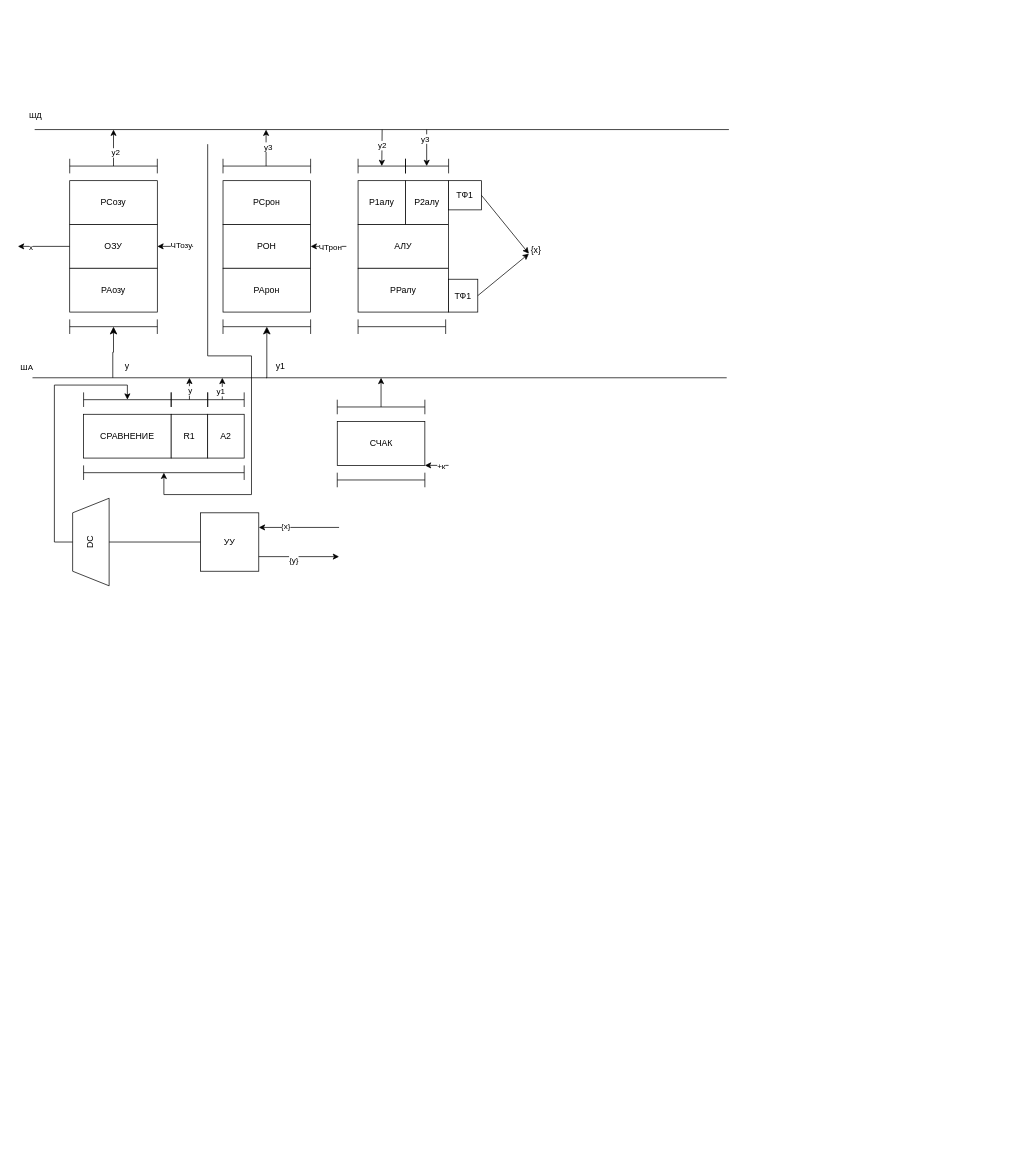
Above: Schematics/Untitled Diagram.drawio in Idontlikeni/fourth_semestr (draw.io), before the change. Source tidied: cells renumbered, new cells numbered last; positions are measured from the earlier drawing's top-left corner, leaving out a move shared by most shapes. Both pictures are drawn from the tidied source at 73%, with x=0, y=0 at pixel (18, 129).
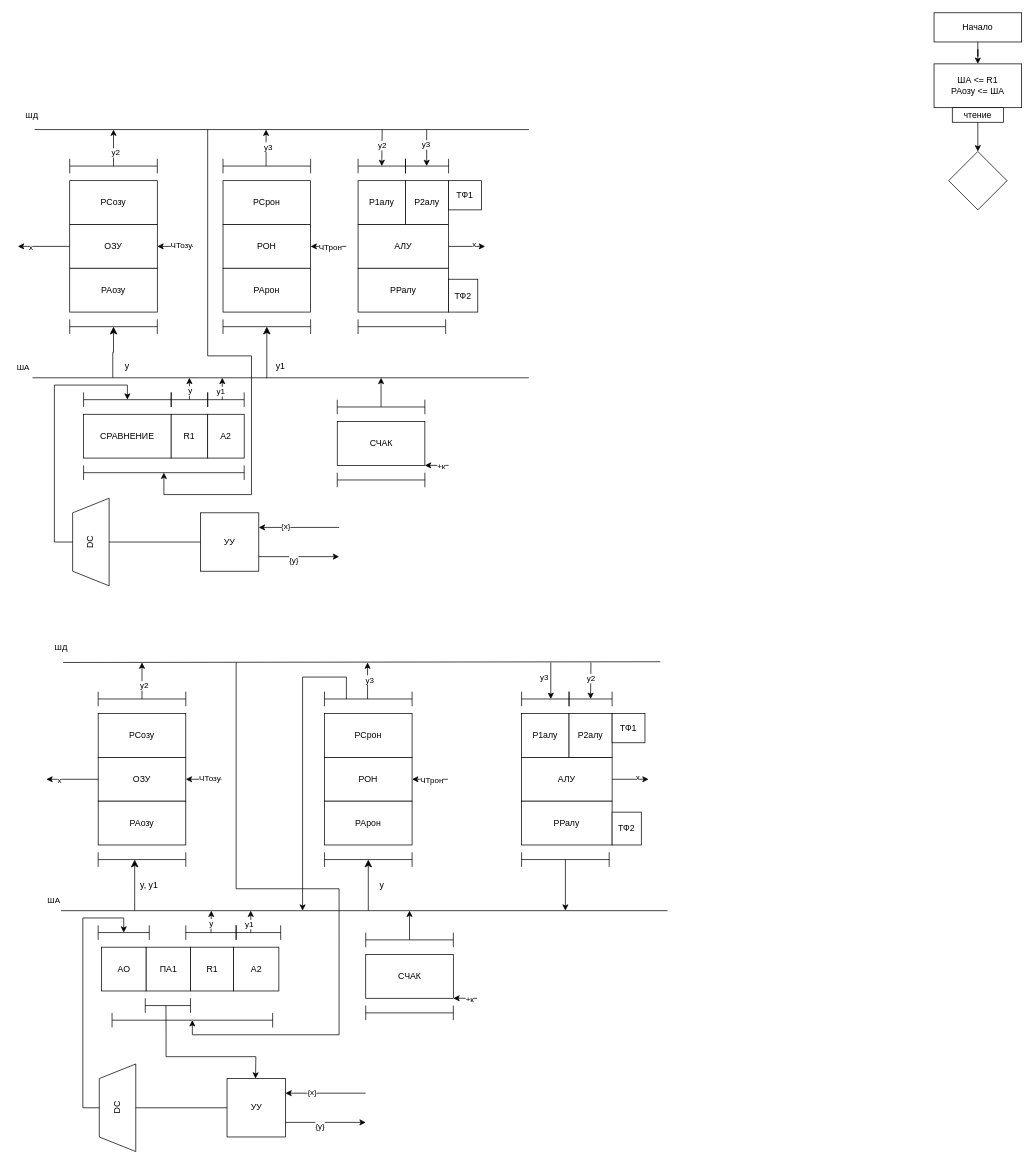
The same page after the edit.

The change refers to these unchanged cells:
```xml
<mxCell id="22" value="ТФ1" style="rounded=0;whiteSpace=wrap;html=1;" parent="1" vertex="1">
  <mxGeometry x="590" y="70" width="45" height="40" as="geometry" />
</mxCell>
<mxCell id="28" style="shape=crossbar;whiteSpace=wrap;html=1;rounded=1;" parent="1" vertex="1">
  <mxGeometry x="90" y="460" width="220" height="20" as="geometry" />
</mxCell>
<mxCell id="65" style="endArrow=classic;html=1;rounded=0;" parent="1" edge="1">
  <mxGeometry relative="1" as="geometry">
    <mxPoint x="560" as="sourcePoint" />
    <mxPoint x="560" y="50" as="targetPoint" />
  </mxGeometry>
</mxCell>
```

Change to the diagram source:
```diff
@@
     <mxCell id="16" style="endArrow=none;html=1;rounded=0;" parent="1" edge="1">
       <mxGeometry relative="1" as="geometry">
         <mxPoint x="20" y="340" as="sourcePoint" />
-        <mxPoint x="971" y="340" as="targetPoint" />
+        <mxPoint x="700" y="340" as="targetPoint" />
       </mxGeometry>
     </mxCell>
@@
     <mxCell id="18" style="endArrow=none;html=1;rounded=0;" parent="1" edge="1">
       <mxGeometry relative="1" as="geometry">
         <mxPoint x="23" as="sourcePoint" />
-        <mxPoint x="974" as="targetPoint" />
+        <mxPoint x="700" as="targetPoint" />
       </mxGeometry>
     </mxCell>
@@
-    <mxCell id="23" value="ТФ1" style="rounded=0;whiteSpace=wrap;html=1;direction=south;" parent="1" vertex="1">
+    <mxCell id="23" value="ТФ2" style="rounded=0;whiteSpace=wrap;html=1;direction=south;" parent="1" vertex="1">
       <mxGeometry x="590" y="205" width="40" height="45" as="geometry" />
     </mxCell>
@@
     <mxCell id="54" style="endArrow=classic;html=1;rounded=0;entryX=0.5;entryY=0.5;entryDx=0;entryDy=0;entryPerimeter=0;" parent="1" edge="1" target="28">
       <mxGeometry relative="1" as="geometry">
-        <mxPoint x="260" y="20" as="sourcePoint" />
+        <mxPoint x="260" as="sourcePoint" />
         <Array as="points">
           <mxPoint x="260" y="310" />
           <mxPoint x="320" y="310" />
           <mxPoint x="320" y="500" />
           <mxPoint x="200" y="500" />
         </Array>
       </mxGeometry>
     </mxCell>
@@
     <mxCell id="66" value="y3" style="edgeLabel;html=1;align=center;verticalAlign=middle;" parent="65" vertex="1">
       <mxGeometry x="-0.55" y="-3" relative="1" as="geometry">
-        <mxPoint y="1" as="offset" />
+        <mxPoint x="1" y="9" as="offset" />
       </mxGeometry>
     </mxCell>
@@
-    <mxCell id="69" style="endArrow=classic;html=1;rounded=0;exitX=1;exitY=0.5;exitDx=0;exitDy=0;" parent="1" edge="1" source="22">
-      <mxGeometry relative="1" as="geometry">
-        <mxPoint x="700" y="170" as="targetPoint" />
-      </mxGeometry>
-    </mxCell>
-    <mxCell id="70" style="endArrow=classic;html=1;rounded=0;exitX=0.5;exitY=0;exitDx=0;exitDy=0;" parent="1" edge="1" source="23">
-      <mxGeometry relative="1" as="geometry">
-        <mxPoint x="700" y="170" as="targetPoint" />
-      </mxGeometry>
-    </mxCell>
+    <mxCell id="72" value="ША &amp;lt;= R1&lt;div&gt;РАозу &amp;lt;= ША&lt;/div&gt;" style="rounded=0;whiteSpace=wrap;html=1;" parent="1" vertex="1">
+      <mxGeometry x="1255" y="-90" width="120" height="60" as="geometry" />
+    </mxCell>
+    <mxCell id="73" style="edgeStyle=orthogonalEdgeStyle;rounded=0;jettySize=auto;html=1;entryX=0.5;entryY=0;entryDx=0;entryDy=0;" parent="1" edge="1" source="74" target="79">
+      <mxGeometry relative="1" as="geometry" />
+    </mxCell>
+    <mxCell id="74" value="чтение" style="rounded=0;whiteSpace=wrap;html=1;" parent="1" vertex="1">
+      <mxGeometry x="1280" y="-30" width="70" height="20" as="geometry" />
+    </mxCell>
+    <mxCell id="75" style="endArrow=classic;html=1;rounded=0;" parent="1" edge="1">
+      <mxGeometry relative="1" as="geometry">
+        <mxPoint x="590" y="160" as="sourcePoint" />
+        <mxPoint x="640" y="160" as="targetPoint" />
+      </mxGeometry>
+    </mxCell>
+    <mxCell id="76" value="x" style="edgeLabel;html=1;align=center;verticalAlign=middle;" parent="75" vertex="1">
+      <mxGeometry x="0.34" y="3" relative="1" as="geometry" />
+    </mxCell>
+    <mxCell id="77" style="edgeStyle=orthogonalEdgeStyle;rounded=0;jettySize=auto;html=1;entryX=0.5;entryY=0;entryDx=0;entryDy=0;" parent="1" edge="1" source="78" target="72">
+      <mxGeometry relative="1" as="geometry" />
+    </mxCell>
+    <mxCell id="78" value="Начало" style="rounded=0;whiteSpace=wrap;html=1;" parent="1" vertex="1">
+      <mxGeometry x="1255" y="-160" width="120" height="40" as="geometry" />
+    </mxCell>
+    <mxCell id="79" style="rhombus;whiteSpace=wrap;html=1;" parent="1" vertex="1">
+      <mxGeometry x="1275" y="30" width="80" height="80" as="geometry" />
+    </mxCell>
+    <mxCell id="80" value="ПА1" style="rounded=0;whiteSpace=wrap;html=1;" parent="1" vertex="1">
+      <mxGeometry x="175.5" y="1120" width="61" height="60" as="geometry" />
+    </mxCell>
+    <mxCell id="81" value="R1" style="rounded=0;whiteSpace=wrap;html=1;" parent="1" vertex="1">
+      <mxGeometry x="236.5" y="1120" width="59" height="60" as="geometry" />
+    </mxCell>
+    <mxCell id="82" value="А2" style="rounded=0;whiteSpace=wrap;html=1;" parent="1" vertex="1">
+      <mxGeometry x="295.5" y="1120" width="62" height="60" as="geometry" />
+    </mxCell>
+    <mxCell id="83" value="DC" style="shape=trapezoid;perimeter=trapezoidPerimeter;whiteSpace=wrap;html=1;fixedSize=1;rotation=-90;" parent="1" vertex="1">
+      <mxGeometry x="76.5" y="1315" width="120" height="50" as="geometry" />
+    </mxCell>
+    <mxCell id="84" value="УУ" style="whiteSpace=wrap;html=1;" parent="1" vertex="1">
+      <mxGeometry x="286.5" y="1300" width="80" height="80" as="geometry" />
+    </mxCell>
+    <mxCell id="85" value="РСозу" style="rounded=0;whiteSpace=wrap;html=1;" parent="1" vertex="1">
+      <mxGeometry x="110" y="800" width="120" height="60" as="geometry" />
+    </mxCell>
+    <mxCell id="86" value="ОЗУ" style="rounded=0;whiteSpace=wrap;html=1;" parent="1" vertex="1">
+      <mxGeometry x="110" y="860" width="120" height="60" as="geometry" />
+    </mxCell>
+    <mxCell id="87" value="РАозу" style="rounded=0;whiteSpace=wrap;html=1;" parent="1" vertex="1">
+      <mxGeometry x="110" y="920" width="120" height="60" as="geometry" />
+    </mxCell>
+    <mxCell id="88" value="РСрон" style="rounded=0;whiteSpace=wrap;html=1;" parent="1" vertex="1">
+      <mxGeometry x="420" y="800" width="120" height="60" as="geometry" />
+    </mxCell>
+    <mxCell id="89" value="РОН" style="rounded=0;whiteSpace=wrap;html=1;" parent="1" vertex="1">
+      <mxGeometry x="420" y="860" width="120" height="60" as="geometry" />
+    </mxCell>
+    <mxCell id="90" value="РАрон" style="rounded=0;whiteSpace=wrap;html=1;" parent="1" vertex="1">
+      <mxGeometry x="420" y="920" width="120" height="60" as="geometry" />
+    </mxCell>
+    <mxCell id="91" value="Р1алу" style="rounded=0;whiteSpace=wrap;html=1;" parent="1" vertex="1">
+      <mxGeometry x="690" y="800" width="65" height="60" as="geometry" />
+    </mxCell>
+    <mxCell id="92" value="АЛУ" style="rounded=0;whiteSpace=wrap;html=1;" parent="1" vertex="1">
+      <mxGeometry x="690" y="860" width="124" height="60" as="geometry" />
+    </mxCell>
+    <mxCell id="93" value="РРалу" style="rounded=0;whiteSpace=wrap;html=1;" parent="1" vertex="1">
+      <mxGeometry x="690" y="920" width="124" height="60" as="geometry" />
+    </mxCell>
+    <mxCell id="94" style="endArrow=none;html=1;rounded=0;" parent="1" edge="1">
+      <mxGeometry relative="1" as="geometry">
+        <mxPoint x="59" y="1070" as="sourcePoint" />
+        <mxPoint x="890" y="1070" as="targetPoint" />
+      </mxGeometry>
+    </mxCell>
+    <mxCell id="95" value="ША" style="edgeLabel;html=1;align=center;verticalAlign=middle;" parent="94" vertex="1">
+      <mxGeometry x="-0.96" relative="1" as="geometry">
+        <mxPoint x="-28" y="-15" as="offset" />
+      </mxGeometry>
+    </mxCell>
+    <mxCell id="96" style="endArrow=none;html=1;rounded=0;" parent="1" edge="1">
+      <mxGeometry relative="1" as="geometry">
+        <mxPoint x="62" y="730" as="sourcePoint" />
+        <mxPoint x="880" y="729" as="targetPoint" />
+      </mxGeometry>
+    </mxCell>
+    <mxCell id="97" value="ШД" style="edgeLabel;html=1;align=center;verticalAlign=middle;" parent="96" vertex="1">
+      <mxGeometry x="-0.96" y="3" relative="1" as="geometry">
+        <mxPoint x="-19" y="-17" as="offset" />
+      </mxGeometry>
+    </mxCell>
+    <mxCell id="98" value="Р2алу" style="rounded=0;whiteSpace=wrap;html=1;" parent="1" vertex="1">
+      <mxGeometry x="755" y="800" width="59" height="60" as="geometry" />
+    </mxCell>
+    <mxCell id="99" value="СЧАК" style="rounded=0;whiteSpace=wrap;html=1;" parent="1" vertex="1">
+      <mxGeometry x="476.5" y="1130" width="120" height="60" as="geometry" />
+    </mxCell>
+    <mxCell id="100" value="ТФ1" style="rounded=0;whiteSpace=wrap;html=1;" parent="1" vertex="1">
+      <mxGeometry x="814" y="800" width="45" height="40" as="geometry" />
+    </mxCell>
+    <mxCell id="101" value="ТФ2" style="rounded=0;whiteSpace=wrap;html=1;direction=south;" parent="1" vertex="1">
+      <mxGeometry x="814" y="935" width="40" height="45" as="geometry" />
+    </mxCell>
+    <mxCell id="102" style="shape=crossbar;whiteSpace=wrap;html=1;rounded=1;" parent="1" vertex="1">
+      <mxGeometry x="110" y="990" width="120" height="20" as="geometry" />
+    </mxCell>
+    <mxCell id="103" style="shape=crossbar;whiteSpace=wrap;html=1;rounded=1;" parent="1" vertex="1">
+      <mxGeometry x="420" y="990" width="120" height="20" as="geometry" />
+    </mxCell>
+    <mxCell id="104" style="shape=crossbar;whiteSpace=wrap;html=1;rounded=1;" parent="1" vertex="1">
+      <mxGeometry x="690" y="990" width="120" height="20" as="geometry" />
+    </mxCell>
+    <mxCell id="105" style="shape=crossbar;whiteSpace=wrap;html=1;rounded=1;" parent="1" vertex="1">
+      <mxGeometry x="476.5" y="1200" width="120" height="20" as="geometry" />
+    </mxCell>
+    <mxCell id="106" style="shape=crossbar;whiteSpace=wrap;html=1;rounded=1;" parent="1" vertex="1">
+      <mxGeometry x="129" y="1210" width="220" height="20" as="geometry" />
+    </mxCell>
+    <mxCell id="107" style="edgeStyle=elbowEdgeStyle;elbow=vertical;endArrow=classic;html=1;curved=0;rounded=0;endSize=8;startSize=8;" parent="1" edge="1">
+      <mxGeometry relative="1" as="geometry">
+        <mxPoint x="160" y="1070" as="sourcePoint" />
+        <mxPoint x="160" y="1000" as="targetPoint" />
+        <Array as="points">
+          <mxPoint x="150" y="1035" />
+        </Array>
+      </mxGeometry>
+    </mxCell>
+    <mxCell id="108" style="edgeStyle=elbowEdgeStyle;elbow=horizontal;endArrow=classic;html=1;curved=0;rounded=0;endSize=8;startSize=8;entryX=0.5;entryY=0.5;entryDx=0;entryDy=0;entryPerimeter=0;" parent="1" edge="1" target="103">
+      <mxGeometry relative="1" as="geometry">
+        <mxPoint x="480" y="1070" as="sourcePoint" />
+      </mxGeometry>
+    </mxCell>
+    <mxCell id="109" style="shape=crossbar;whiteSpace=wrap;html=1;rounded=1;" parent="1" vertex="1">
+      <mxGeometry x="110" y="1090" width="70" height="20" as="geometry" />
+    </mxCell>
+    <mxCell id="110" style="shape=crossbar;whiteSpace=wrap;html=1;rounded=1;" parent="1" vertex="1">
+      <mxGeometry x="230" y="1090" width="69" height="20" as="geometry" />
+    </mxCell>
+    <mxCell id="111" style="shape=crossbar;whiteSpace=wrap;html=1;rounded=1;" parent="1" vertex="1">
+      <mxGeometry x="299" y="1090" width="61" height="20" as="geometry" />
+    </mxCell>
+    <mxCell id="112" style="edgeStyle=orthogonalEdgeStyle;rounded=0;jettySize=auto;html=1;exitX=0.5;exitY=0.5;exitDx=0;exitDy=0;exitPerimeter=0;" parent="1" edge="1" source="113">
+      <mxGeometry relative="1" as="geometry">
+        <mxPoint x="536.5" y="1070" as="targetPoint" />
+      </mxGeometry>
+    </mxCell>
+    <mxCell id="113" style="shape=crossbar;whiteSpace=wrap;html=1;rounded=1;" parent="1" vertex="1">
+      <mxGeometry x="476.5" y="1100" width="120" height="20" as="geometry" />
+    </mxCell>
+    <mxCell id="114" style="shape=crossbar;whiteSpace=wrap;html=1;rounded=1;" parent="1" vertex="1">
+      <mxGeometry x="110" y="770" width="120" height="20" as="geometry" />
+    </mxCell>
+    <mxCell id="115" style="shape=crossbar;whiteSpace=wrap;html=1;rounded=1;" parent="1" vertex="1">
+      <mxGeometry x="420" y="770" width="120" height="20" as="geometry" />
+    </mxCell>
+    <mxCell id="116" style="shape=crossbar;whiteSpace=wrap;html=1;rounded=1;" parent="1" vertex="1">
+      <mxGeometry x="690" y="770" width="65" height="20" as="geometry" />
+    </mxCell>
+    <mxCell id="117" style="shape=crossbar;whiteSpace=wrap;html=1;rounded=1;" parent="1" vertex="1">
+      <mxGeometry x="755" y="770" width="59" height="20" as="geometry" />
+    </mxCell>
+    <mxCell id="118" style="edgeStyle=orthogonalEdgeStyle;rounded=0;jettySize=auto;html=1;entryX=0.5;entryY=0.5;entryDx=0;entryDy=0;entryPerimeter=0;exitX=0.5;exitY=0;exitDx=0;exitDy=0;" parent="1" edge="1" source="83" target="109">
+      <mxGeometry relative="1" as="geometry">
+        <Array as="points">
+          <mxPoint x="89" y="1340" />
+          <mxPoint x="89" y="1080" />
+          <mxPoint x="145" y="1080" />
+        </Array>
+      </mxGeometry>
+    </mxCell>
+    <mxCell id="119" style="endArrow=classic;html=1;rounded=0;entryX=1;entryY=1;entryDx=0;entryDy=0;" parent="1" edge="1" target="99">
+      <mxGeometry relative="1" as="geometry">
+        <mxPoint x="629" y="1190" as="sourcePoint" />
+      </mxGeometry>
+    </mxCell>
+    <mxCell id="120" value="+к" style="edgeLabel;html=1;align=center;verticalAlign=middle;" parent="119" vertex="1">
+      <mxGeometry x="-0.24" relative="1" as="geometry">
+        <mxPoint x="1" as="offset" />
+      </mxGeometry>
+    </mxCell>
+    <mxCell id="121" style="endArrow=classic;html=1;rounded=0;" parent="1" edge="1">
+      <mxGeometry relative="1" as="geometry">
+        <mxPoint x="319" y="1100" as="sourcePoint" />
+        <mxPoint x="319" y="1070" as="targetPoint" />
+      </mxGeometry>
+    </mxCell>
+    <mxCell id="122" value="y1" style="edgeLabel;html=1;align=center;verticalAlign=middle;" parent="121" vertex="1">
+      <mxGeometry x="-0.18" y="3" relative="1" as="geometry" />
+    </mxCell>
+    <mxCell id="123" style="endArrow=classic;html=1;rounded=0;exitX=0.5;exitY=0.5;exitDx=0;exitDy=0;exitPerimeter=0;" parent="1" edge="1" source="110">
+      <mxGeometry relative="1" as="geometry">
+        <mxPoint x="265" y="1070" as="targetPoint" />
+      </mxGeometry>
+    </mxCell>
+    <mxCell id="124" value="y" style="edgeLabel;html=1;align=center;verticalAlign=middle;" parent="123" vertex="1">
+      <mxGeometry x="-0.11" relative="1" as="geometry" />
+    </mxCell>
+    <mxCell id="125" style="endArrow=classic;html=1;rounded=0;entryX=1;entryY=0.25;entryDx=0;entryDy=0;" parent="1" edge="1" target="84">
+      <mxGeometry relative="1" as="geometry">
+        <mxPoint x="476.5" y="1320" as="sourcePoint" />
+      </mxGeometry>
+    </mxCell>
-    <mxCell id="71" value="{x}" style="text;html=1;align=center;verticalAlign=middle;whiteSpace=wrap;rounded=0;" parent="1" vertex="1">
-      <mxGeometry x="680" y="150" width="60" height="30" as="geometry" />
+    <mxCell id="71" value="{x}" style="edgeLabel;html=1;align=center;verticalAlign=middle;" parent="125" vertex="1">
+      <mxGeometry x="0.34" y="-2" relative="1" as="geometry" />
     </mxCell>
+    <mxCell id="126" style="endArrow=classic;html=1;rounded=0;exitX=1;exitY=0.75;exitDx=0;exitDy=0;" parent="1" edge="1" source="84">
+      <mxGeometry relative="1" as="geometry">
+        <mxPoint x="476.5" y="1360" as="targetPoint" />
+      </mxGeometry>
+    </mxCell>
+    <mxCell id="127" value="{y}" style="edgeLabel;html=1;align=center;verticalAlign=middle;" parent="126" vertex="1">
+      <mxGeometry x="-0.14" y="-4" relative="1" as="geometry" />
+    </mxCell>
+    <mxCell id="128" style="endArrow=none;html=1;rounded=0;exitX=0.5;exitY=1;exitDx=0;exitDy=0;entryX=0;entryY=0.5;entryDx=0;entryDy=0;" parent="1" edge="1" source="83" target="84">
+      <mxGeometry relative="1" as="geometry" />
+    </mxCell>
+    <mxCell id="129" value="y" style="text;html=1;align=center;verticalAlign=middle;whiteSpace=wrap;rounded=0;" parent="1" vertex="1">
+      <mxGeometry x="468.5" y="1020" width="60" height="30" as="geometry" />
+    </mxCell>
+    <mxCell id="130" value="y, y1" style="text;html=1;align=center;verticalAlign=middle;whiteSpace=wrap;rounded=0;" parent="1" vertex="1">
+      <mxGeometry x="150" y="1020" width="60" height="30" as="geometry" />
+    </mxCell>
+    <mxCell id="131" style="endArrow=classic;html=1;rounded=0;entryX=0.5;entryY=0.5;entryDx=0;entryDy=0;entryPerimeter=0;" parent="1" edge="1" target="106">
+      <mxGeometry relative="1" as="geometry">
+        <mxPoint x="299" y="730" as="sourcePoint" />
+        <Array as="points">
+          <mxPoint x="299" y="1040" />
+          <mxPoint x="440" y="1040" />
+          <mxPoint x="440" y="1110" />
+          <mxPoint x="440" y="1240" />
+          <mxPoint x="340" y="1240" />
+          <mxPoint x="239" y="1240" />
+        </Array>
+      </mxGeometry>
+    </mxCell>
+    <mxCell id="132" style="endArrow=classic;html=1;rounded=0;entryX=1;entryY=0.5;entryDx=0;entryDy=0;" parent="1" edge="1" target="86">
+      <mxGeometry relative="1" as="geometry">
+        <mxPoint x="279" y="890" as="sourcePoint" />
+      </mxGeometry>
+    </mxCell>
+    <mxCell id="133" value="ЧТозу" style="edgeLabel;html=1;align=center;verticalAlign=middle;" parent="132" vertex="1">
+      <mxGeometry x="-0.29" y="-2" relative="1" as="geometry" />
+    </mxCell>
+    <mxCell id="134" style="endArrow=classic;html=1;rounded=0;entryX=1;entryY=0.5;entryDx=0;entryDy=0;" parent="1" edge="1">
+      <mxGeometry relative="1" as="geometry">
+        <mxPoint x="589" y="890" as="sourcePoint" />
+        <mxPoint x="540" y="890" as="targetPoint" />
+      </mxGeometry>
+    </mxCell>
+    <mxCell id="135" value="ЧТрон" style="edgeLabel;html=1;align=center;verticalAlign=middle;" parent="134" vertex="1">
+      <mxGeometry x="-0.07" y="1" relative="1" as="geometry" />
+    </mxCell>
+    <mxCell id="136" style="endArrow=classic;html=1;rounded=0;exitX=0.5;exitY=0.5;exitDx=0;exitDy=0;exitPerimeter=0;" parent="1" edge="1" source="114">
+      <mxGeometry relative="1" as="geometry">
+        <mxPoint x="170" y="730" as="targetPoint" />
+      </mxGeometry>
+    </mxCell>
+    <mxCell id="137" value="y2" style="edgeLabel;html=1;align=center;verticalAlign=middle;" parent="136" vertex="1">
+      <mxGeometry x="-0.24" y="-2" relative="1" as="geometry" />
+    </mxCell>
+    <mxCell id="138" style="endArrow=classic;html=1;rounded=0;" parent="1" edge="1">
+      <mxGeometry relative="1" as="geometry">
+        <mxPoint x="479" y="780" as="sourcePoint" />
+        <mxPoint x="479" y="730" as="targetPoint" />
+      </mxGeometry>
+    </mxCell>
+    <mxCell id="139" value="y3" style="edgeLabel;html=1;align=center;verticalAlign=middle;" parent="138" vertex="1">
+      <mxGeometry x="0.08" y="-2" relative="1" as="geometry" />
+    </mxCell>
+    <mxCell id="140" style="endArrow=classic;html=1;rounded=0;entryX=0.5;entryY=0.5;entryDx=0;entryDy=0;entryPerimeter=0;" parent="1" edge="1" target="117">
+      <mxGeometry relative="1" as="geometry">
+        <mxPoint x="785" y="730" as="sourcePoint" />
+      </mxGeometry>
+    </mxCell>
+    <mxCell id="141" value="y2" style="edgeLabel;html=1;align=center;verticalAlign=middle;" parent="140" vertex="1">
+      <mxGeometry x="-0.18" relative="1" as="geometry">
+        <mxPoint y="1" as="offset" />
+      </mxGeometry>
+    </mxCell>
+    <mxCell id="142" style="endArrow=classic;html=1;rounded=0;" parent="1" edge="1">
+      <mxGeometry relative="1" as="geometry">
+        <mxPoint x="730" y="730" as="sourcePoint" />
+        <mxPoint x="730" y="780" as="targetPoint" />
+      </mxGeometry>
+    </mxCell>
+    <mxCell id="143" value="y3" style="edgeLabel;html=1;align=center;verticalAlign=middle;" parent="142" vertex="1">
+      <mxGeometry x="-0.55" y="-3" relative="1" as="geometry">
+        <mxPoint x="-7" y="9" as="offset" />
+      </mxGeometry>
+    </mxCell>
+    <mxCell id="144" style="endArrow=classic;html=1;rounded=0;exitX=0;exitY=0.5;exitDx=0;exitDy=0;" parent="1" edge="1" source="86">
+      <mxGeometry relative="1" as="geometry">
+        <mxPoint x="39" y="890" as="targetPoint" />
+      </mxGeometry>
+    </mxCell>
+    <mxCell id="145" value="x" style="edgeLabel;html=1;align=center;verticalAlign=middle;" parent="144" vertex="1">
+      <mxGeometry x="0.53" y="1" relative="1" as="geometry" />
+    </mxCell>
+    <mxCell id="146" style="endArrow=classic;html=1;rounded=0;" parent="1" edge="1">
+      <mxGeometry relative="1" as="geometry">
+        <mxPoint x="814" y="890" as="sourcePoint" />
+        <mxPoint x="864" y="890" as="targetPoint" />
+      </mxGeometry>
+    </mxCell>
+    <mxCell id="147" value="x" style="edgeLabel;html=1;align=center;verticalAlign=middle;" parent="146" vertex="1">
+      <mxGeometry x="0.34" y="3" relative="1" as="geometry" />
+    </mxCell>
+    <mxCell id="148" style="shape=crossbar;whiteSpace=wrap;html=1;rounded=1;" parent="1" vertex="1">
+      <mxGeometry x="174.5" y="1190" width="62" height="20" as="geometry" />
+    </mxCell>
+    <mxCell id="149" style="endArrow=classic;html=1;rounded=0;entryX=0.5;entryY=0;entryDx=0;entryDy=0;exitX=0.457;exitY=0.485;exitDx=0;exitDy=0;exitPerimeter=0;" parent="1" edge="1" source="148">
+      <mxGeometry relative="1" as="geometry">
+        <mxPoint x="325.5" y="1300" as="targetPoint" />
+        <Array as="points">
+          <mxPoint x="203" y="1240" />
+          <mxPoint x="203" y="1270" />
+          <mxPoint x="326" y="1270" />
+        </Array>
+      </mxGeometry>
+    </mxCell>
+    <mxCell id="150" value="АО" style="rounded=0;whiteSpace=wrap;html=1;" parent="1" vertex="1">
+      <mxGeometry x="114.5" y="1120" width="61" height="60" as="geometry" />
+    </mxCell>
+    <mxCell id="151" style="endArrow=classic;html=1;rounded=0;exitX=0.25;exitY=0.5;exitDx=0;exitDy=0;exitPerimeter=0;" parent="1" edge="1" source="115">
+      <mxGeometry relative="1" as="geometry">
+        <mxPoint x="390" y="1070" as="targetPoint" />
+        <Array as="points">
+          <mxPoint x="450" y="750" />
+          <mxPoint x="390" y="750" />
+        </Array>
+      </mxGeometry>
+    </mxCell>
+    <mxCell id="152" style="endArrow=classic;html=1;rounded=0;exitX=0.5;exitY=0.5;exitDx=0;exitDy=0;exitPerimeter=0;" parent="1" edge="1" source="104">
+      <mxGeometry relative="1" as="geometry">
+        <mxPoint x="750" y="1070" as="targetPoint" />
+      </mxGeometry>
+    </mxCell>
```
